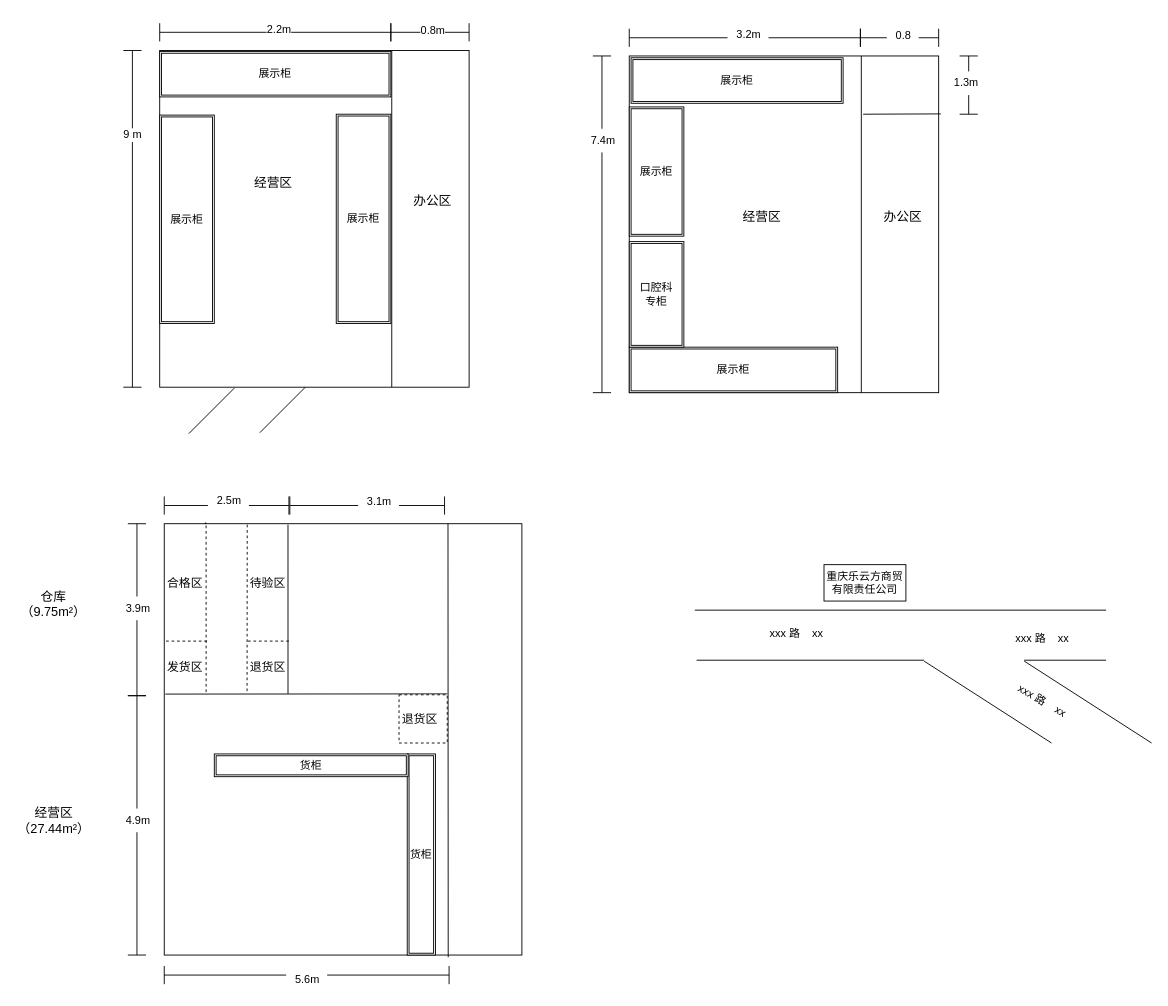
Above: 医疗器械平面图.drawio in irene404/UMessage_1_4 (draw.io), before the change. Source tidied: cells renumbered, new cells numbered last; positions are measured from the earlier drawing's top-left corner, leaving out a move shared by most shapes. Both pictures are drawn from the tidied source at 91%, with x=0, y=0 at pixel (15, 16).
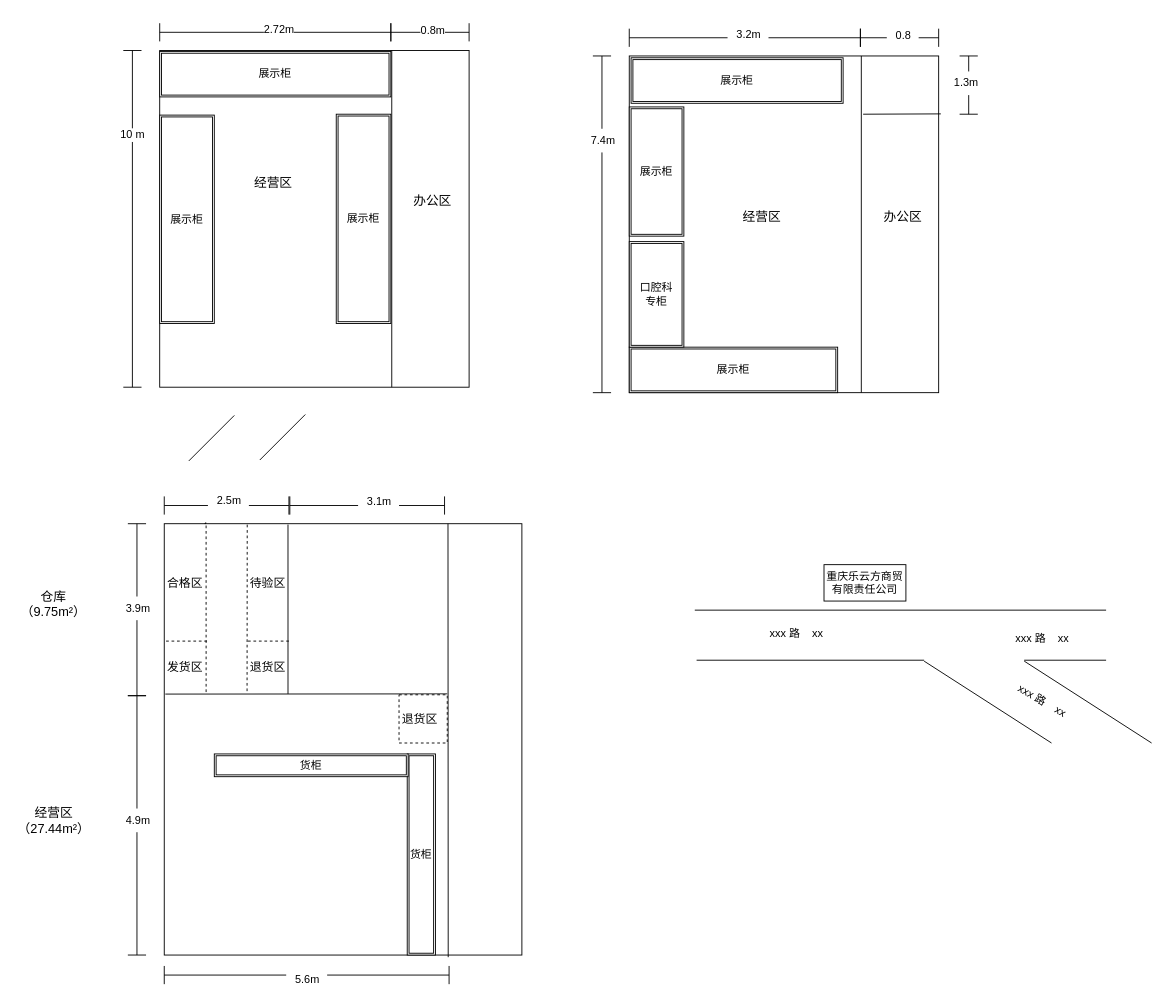
The same page after the edit.

Commit message:
更新医疗器械平面图.drawio

What changed in the source:
```diff
@@
-    <mxCell id="6" value="9 m" style="text;html=1;align=center;verticalAlign=middle;strokeColor=none;fillColor=none;labelBackgroundColor=default;" parent="1" vertex="1">
-      <mxGeometry x="109" y="117" width="38" height="26" as="geometry" />
+    <mxCell id="6" value="10 m" style="text;html=1;align=center;verticalAlign=middle;strokeColor=none;fillColor=none;labelBackgroundColor=default;" parent="1" vertex="1">
+      <mxGeometry x="103" y="115" width="50" height="30" as="geometry" />
     </mxCell>
@@
-    <mxCell id="8" value="2.2m" style="text;html=1;align=center;verticalAlign=middle;strokeColor=none;fillColor=none;labelBackgroundColor=default;" parent="1" vertex="1">
-      <mxGeometry x="266" y="1" width="45" height="26" as="geometry" />
+    <mxCell id="8" value="2.72m" style="text;html=1;align=center;verticalAlign=middle;strokeColor=none;fillColor=none;labelBackgroundColor=default;" parent="1" vertex="1">
+      <mxGeometry x="259" y="-1" width="60" height="30" as="geometry" />
     </mxCell>
@@
-    <mxCell id="70" style="endArrow=none;html=1;rounded=0;" parent="1" edge="1">
-      <mxGeometry relative="1" as="geometry">
-        <mxPoint x="190" y="458" as="sourcePoint" />
-        <mxPoint x="240" y="408" as="targetPoint" />
-      </mxGeometry>
-    </mxCell>
-    <mxCell id="71" style="endArrow=none;html=1;rounded=0;" parent="1" edge="1">
-      <mxGeometry relative="1" as="geometry">
-        <mxPoint x="268" y="457" as="sourcePoint" />
-        <mxPoint x="318" y="407" as="targetPoint" />
-      </mxGeometry>
-    </mxCell>
@@
+    <mxCell id="81" style="group;" parent="1" vertex="1">
+      <mxGeometry x="190" y="437" width="128" height="51" as="geometry" />
+    </mxCell>
+    <mxCell id="70" style="endArrow=none;html=1;rounded=0;" parent="81" edge="1">
+      <mxGeometry relative="1" as="geometry">
+        <mxPoint y="51" as="sourcePoint" />
+        <mxPoint x="50" y="1" as="targetPoint" />
+      </mxGeometry>
+    </mxCell>
+    <mxCell id="71" style="endArrow=none;html=1;rounded=0;" parent="81" edge="1">
+      <mxGeometry relative="1" as="geometry">
+        <mxPoint x="78" y="50" as="sourcePoint" />
+        <mxPoint x="128" as="targetPoint" />
+      </mxGeometry>
+    </mxCell>
```
